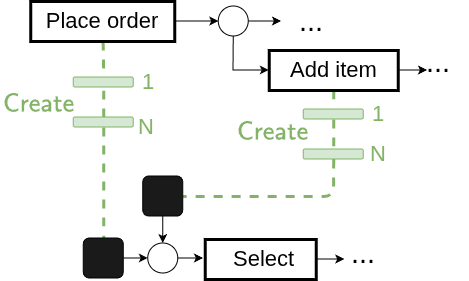
The draw.io diagram docs/images/place_order.png in francescameneghello/object_centric_simulator, before a commit. Source tidied: cells renumbered, new cells last; positions are measured from the earlier drawing's top-left corner, leaving out a move shared by most shapes. Source of this version:
```xml
<mxGraphModel math="1">
  <root>
    <mxCell id="0" />
    <mxCell id="1" parent="0" />
    <mxCell id="2" style="edgeStyle=none;html=1;entryX=0;entryY=0.5;entryDx=0;entryDy=0;fontSize=22;" parent="1" edge="1" source="4" target="23">
      <mxGeometry relative="1" as="geometry" />
    </mxCell>
    <mxCell id="3" style="edgeStyle=none;html=1;entryX=0.5;entryY=0;entryDx=0;entryDy=0;endArrow=none;endFill=0;fillColor=#d5e8d4;strokeColor=#82b366;dashed=1;fontSize=22;strokeWidth=3;" parent="1" edge="1" source="4" target="16">
      <mxGeometry relative="1" as="geometry" />
    </mxCell>
    <mxCell id="4" value="Place order" style="rounded=0;whiteSpace=wrap;html=1;strokeWidth=3;fontSize=22;" parent="1" vertex="1">
      <mxGeometry x="30.2" width="144" height="40" as="geometry" />
    </mxCell>
    <mxCell id="5" style="edgeStyle=none;html=1;entryX=0;entryY=0.5;entryDx=0;entryDy=0;fontSize=22;" parent="1" edge="1" source="6">
      <mxGeometry relative="1" as="geometry">
        <mxPoint x="344.2" y="258" as="targetPoint" />
      </mxGeometry>
    </mxCell>
    <mxCell id="6" value="&amp;nbsp;Select" style="rounded=0;whiteSpace=wrap;html=1;strokeWidth=3;fontSize=22;" parent="1" vertex="1">
      <mxGeometry x="204.8" y="238" width="111" height="40" as="geometry" />
    </mxCell>
    <mxCell id="7" style="edgeStyle=orthogonalEdgeStyle;rounded=0;jettySize=auto;html=1;exitX=0.5;exitY=1;exitDx=0;exitDy=0;entryX=0.5;entryY=0;entryDx=0;entryDy=0;dashed=1;fillColor=#d5e8d4;strokeColor=#82b366;endArrow=none;endFill=0;strokeWidth=3;" parent="1" edge="1" source="9" target="11">
      <mxGeometry relative="1" as="geometry" />
    </mxCell>
    <mxCell id="8" style="edgeStyle=orthogonalEdgeStyle;rounded=0;jettySize=auto;html=1;" parent="1" edge="1" source="9">
      <mxGeometry relative="1" as="geometry">
        <mxPoint x="427" y="69" as="targetPoint" />
      </mxGeometry>
    </mxCell>
    <mxCell id="9" value="Add item" style="rounded=0;whiteSpace=wrap;html=1;strokeWidth=3;fontSize=22;" parent="1" vertex="1">
      <mxGeometry x="268.8" y="49" width="129" height="40" as="geometry" />
    </mxCell>
    <mxCell id="10" style="edgeStyle=orthogonalEdgeStyle;rounded=0;jettySize=auto;html=1;exitX=0.5;exitY=1;exitDx=0;exitDy=0;entryX=0.5;entryY=0;entryDx=0;entryDy=0;endArrow=none;endFill=0;dashed=1;fillColor=#d5e8d4;strokeColor=#82b366;strokeWidth=3;" parent="1" edge="1" source="11" target="13">
      <mxGeometry relative="1" as="geometry" />
    </mxCell>
    <mxCell id="11" style="rounded=1;whiteSpace=wrap;html=1;fillColor=#d5e8d4;strokeColor=#82B366;fontSize=22;" parent="1" vertex="1">
      <mxGeometry x="303.2" y="108" width="60" height="10" as="geometry" />
    </mxCell>
    <mxCell id="12" style="edgeStyle=none;html=1;dashed=1;fillColor=#d5e8d4;strokeColor=#82b366;endArrow=none;endFill=0;entryX=1;entryY=0.5;entryDx=0;entryDy=0;fontSize=22;strokeWidth=3;" parent="1" edge="1" source="13" target="26">
      <mxGeometry relative="1" as="geometry">
        <Array as="points">
          <mxPoint x="333" y="195" />
        </Array>
      </mxGeometry>
    </mxCell>
    <mxCell id="13" style="rounded=1;whiteSpace=wrap;html=1;fillColor=#d5e8d4;strokeColor=#82b366;fontSize=22;" parent="1" vertex="1">
      <mxGeometry x="303.2" y="148" width="60" height="10" as="geometry" />
    </mxCell>
    <mxCell id="14" value="1" style="text;html=1;whiteSpace=wrap;strokeColor=none;fillColor=none;align=center;verticalAlign=middle;rounded=0;fontColor=#82B366;fontSize=22;" parent="1" vertex="1">
      <mxGeometry x="348.2" y="98" width="60" height="30" as="geometry" />
    </mxCell>
    <mxCell id="15" value="N" style="text;html=1;whiteSpace=wrap;strokeColor=none;fillColor=none;align=center;verticalAlign=middle;rounded=0;fontColor=#82B366;fontSize=22;" parent="1" vertex="1">
      <mxGeometry x="348.2" y="138" width="60" height="30" as="geometry" />
    </mxCell>
    <mxCell id="16" style="rounded=1;whiteSpace=wrap;html=1;fillColor=#d5e8d4;strokeColor=#82B366;fontSize=22;" parent="1" vertex="1">
      <mxGeometry x="73.2" y="76" width="60" height="10" as="geometry" />
    </mxCell>
    <mxCell id="17" style="edgeStyle=none;html=1;entryX=0.5;entryY=1;entryDx=0;entryDy=0;endArrow=none;endFill=0;dashed=1;fillColor=#d5e8d4;strokeColor=#82b366;fontSize=22;strokeWidth=3;" parent="1" edge="1" source="19" target="16">
      <mxGeometry relative="1" as="geometry" />
    </mxCell>
    <mxCell id="18" style="edgeStyle=orthogonalEdgeStyle;rounded=0;jettySize=auto;html=1;exitX=0.5;exitY=1;exitDx=0;exitDy=0;endArrow=none;endFill=0;dashed=1;strokeWidth=3;fillColor=#d5e8d4;strokeColor=#82b366;" parent="1" edge="1" source="19" target="29">
      <mxGeometry relative="1" as="geometry" />
    </mxCell>
    <mxCell id="19" style="rounded=1;whiteSpace=wrap;html=1;fillColor=#d5e8d4;strokeColor=#82b366;fontSize=22;" parent="1" vertex="1">
      <mxGeometry x="73.2" y="116" width="60" height="10" as="geometry" />
    </mxCell>
    <mxCell id="20" value="1" style="text;html=1;whiteSpace=wrap;strokeColor=none;fillColor=none;align=center;verticalAlign=middle;rounded=0;fontColor=#82B366;fontSize=22;" parent="1" vertex="1">
      <mxGeometry x="118.2" y="66" width="60" height="30" as="geometry" />
    </mxCell>
    <mxCell id="21" value="N" style="text;html=1;whiteSpace=wrap;strokeColor=none;fillColor=none;align=center;verticalAlign=middle;rounded=0;fontColor=#82B366;fontSize=22;" parent="1" vertex="1">
      <mxGeometry x="116.2" y="111" width="60" height="30" as="geometry" />
    </mxCell>
    <mxCell id="22" style="edgeStyle=orthogonalEdgeStyle;rounded=0;jettySize=auto;html=1;" parent="1" edge="1" source="23" target="33">
      <mxGeometry relative="1" as="geometry" />
    </mxCell>
    <mxCell id="23" style="ellipse;whiteSpace=wrap;html=1;fontSize=22;" parent="1" vertex="1">
      <mxGeometry x="218.2" y="5" width="30" height="30" as="geometry" />
    </mxCell>
    <mxCell id="24" style="edgeStyle=none;html=1;entryX=0;entryY=0.5;entryDx=0;entryDy=0;rounded=0;curved=0;fontSize=22;exitX=0.5;exitY=1;exitDx=0;exitDy=0;" parent="1" edge="1" source="23" target="9">
      <mxGeometry relative="1" as="geometry">
        <Array as="points">
          <mxPoint x="233" y="69" />
        </Array>
      </mxGeometry>
    </mxCell>
    <mxCell id="25" style="edgeStyle=none;html=1;entryX=0.5;entryY=0;entryDx=0;entryDy=0;fontSize=22;" parent="1" edge="1" source="26" target="31">
      <mxGeometry relative="1" as="geometry" />
    </mxCell>
    <mxCell id="26" style="rounded=1;whiteSpace=wrap;html=1;fillColor=#1A1A1A;fontSize=22;" parent="1" vertex="1">
      <mxGeometry x="142.8" y="175" width="40" height="40" as="geometry" />
    </mxCell>
    <mxCell id="27" value="&lt;font style=&quot;&quot;&gt;&lt;b&gt;$$\textsf{Create}$$&lt;/b&gt;&amp;nbsp;&lt;/font&gt;" style="text;html=1;whiteSpace=wrap;strokeColor=none;fillColor=none;align=center;verticalAlign=middle;rounded=0;fontColor=#82B366;fontSize=22;" parent="1" vertex="1">
      <mxGeometry y="86" width="78" height="59" as="geometry" />
    </mxCell>
    <mxCell id="28" value="&lt;font style=&quot;&quot;&gt;&lt;b&gt;$$\textsf{Create}$$&lt;/b&gt;&amp;nbsp;&lt;/font&gt;" style="text;html=1;whiteSpace=wrap;strokeColor=none;fillColor=none;align=center;verticalAlign=middle;rounded=0;fontColor=#82B366;fontSize=22;" parent="1" vertex="1">
      <mxGeometry x="234.2" y="114.5" width="78" height="59" as="geometry" />
    </mxCell>
    <mxCell id="29" style="rounded=1;whiteSpace=wrap;html=1;fillColor=#1A1A1A;fontSize=22;" parent="1" vertex="1">
      <mxGeometry x="83.2" y="237" width="40" height="40" as="geometry" />
    </mxCell>
    <mxCell id="30" style="edgeStyle=orthogonalEdgeStyle;rounded=0;jettySize=auto;html=1;exitX=1;exitY=0.5;exitDx=0;exitDy=0;" parent="1" edge="1" source="29" target="31">
      <mxGeometry relative="1" as="geometry" />
    </mxCell>
    <mxCell id="31" style="ellipse;whiteSpace=wrap;html=1;fontSize=22;" parent="1" vertex="1">
      <mxGeometry x="147.8" y="242" width="30" height="30" as="geometry" />
    </mxCell>
    <mxCell id="32" style="edgeStyle=orthogonalEdgeStyle;rounded=0;jettySize=auto;html=1;exitX=1;exitY=0.5;exitDx=0;exitDy=0;entryX=-0.017;entryY=0.498;entryDx=0;entryDy=0;entryPerimeter=0;" parent="1" edge="1" source="31" target="6">
      <mxGeometry relative="1" as="geometry" />
    </mxCell>
    <mxCell id="33" value="&lt;font style=&quot;font-size: 29px;&quot;&gt;...&lt;/font&gt;" style="text;html=1;whiteSpace=wrap;strokeColor=none;fillColor=none;align=center;verticalAlign=middle;rounded=0;" parent="1" vertex="1">
      <mxGeometry x="281" y="5" width="60" height="30" as="geometry" />
    </mxCell>
    <mxCell id="34" value="&lt;font style=&quot;font-size: 29px;&quot;&gt;...&lt;/font&gt;" style="text;html=1;whiteSpace=wrap;strokeColor=none;fillColor=none;align=center;verticalAlign=middle;rounded=0;" parent="1" vertex="1">
      <mxGeometry x="332.8" y="237" width="60" height="30" as="geometry" />
    </mxCell>
    <mxCell id="35" value="&lt;font style=&quot;font-size: 29px;&quot;&gt;...&lt;/font&gt;" style="text;html=1;whiteSpace=wrap;strokeColor=none;fillColor=none;align=center;verticalAlign=middle;rounded=0;" parent="1" vertex="1">
      <mxGeometry x="408.2" y="46" width="60" height="30" as="geometry" />
    </mxCell>
  </root>
</mxGraphModel>
```
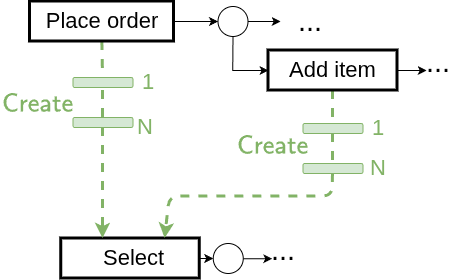
The same diagram one commit later.

Diff of the diagram source:
```diff
@@ -9,112 +9,104 @@
       <mxGeometry relative="1" as="geometry" />
     </mxCell>
     <mxCell id="4" value="Place order" style="rounded=0;whiteSpace=wrap;html=1;strokeWidth=3;fontSize=22;" parent="1" vertex="1">
-      <mxGeometry x="30.2" width="144" height="40" as="geometry" />
+      <mxGeometry x="2414.5" y="343" width="144" height="40" as="geometry" />
     </mxCell>
-    <mxCell id="5" style="edgeStyle=none;html=1;entryX=0;entryY=0.5;entryDx=0;entryDy=0;fontSize=22;" parent="1" edge="1" source="6">
-      <mxGeometry relative="1" as="geometry">
-        <mxPoint x="344.2" y="258" as="targetPoint" />
-      </mxGeometry>
+    <mxCell id="5" style="edgeStyle=none;html=1;fontSize=22;entryX=0;entryY=0.5;entryDx=0;entryDy=0;" parent="1" edge="1" source="6" target="29">
+      <mxGeometry relative="1" as="geometry" />
     </mxCell>
     <mxCell id="6" value="&amp;nbsp;Select" style="rounded=0;whiteSpace=wrap;html=1;strokeWidth=3;fontSize=22;" parent="1" vertex="1">
-      <mxGeometry x="204.8" y="238" width="111" height="40" as="geometry" />
+      <mxGeometry x="2445.8" y="580" width="138.5" height="40" as="geometry" />
     </mxCell>
     <mxCell id="7" style="edgeStyle=orthogonalEdgeStyle;rounded=0;jettySize=auto;html=1;exitX=0.5;exitY=1;exitDx=0;exitDy=0;entryX=0.5;entryY=0;entryDx=0;entryDy=0;dashed=1;fillColor=#d5e8d4;strokeColor=#82b366;endArrow=none;endFill=0;strokeWidth=3;" parent="1" edge="1" source="9" target="11">
       <mxGeometry relative="1" as="geometry" />
     </mxCell>
     <mxCell id="8" style="edgeStyle=orthogonalEdgeStyle;rounded=0;jettySize=auto;html=1;" parent="1" edge="1" source="9">
       <mxGeometry relative="1" as="geometry">
-        <mxPoint x="427" y="69" as="targetPoint" />
+        <mxPoint x="2811.2" y="412" as="targetPoint" />
       </mxGeometry>
     </mxCell>
     <mxCell id="9" value="Add item" style="rounded=0;whiteSpace=wrap;html=1;strokeWidth=3;fontSize=22;" parent="1" vertex="1">
-      <mxGeometry x="268.8" y="49" width="129" height="40" as="geometry" />
+      <mxGeometry x="2653" y="392" width="129" height="40" as="geometry" />
     </mxCell>
     <mxCell id="10" style="edgeStyle=orthogonalEdgeStyle;rounded=0;jettySize=auto;html=1;exitX=0.5;exitY=1;exitDx=0;exitDy=0;entryX=0.5;entryY=0;entryDx=0;entryDy=0;endArrow=none;endFill=0;dashed=1;fillColor=#d5e8d4;strokeColor=#82b366;strokeWidth=3;" parent="1" edge="1" source="11" target="13">
       <mxGeometry relative="1" as="geometry" />
     </mxCell>
     <mxCell id="11" style="rounded=1;whiteSpace=wrap;html=1;fillColor=#d5e8d4;strokeColor=#82B366;fontSize=22;" parent="1" vertex="1">
-      <mxGeometry x="303.2" y="108" width="60" height="10" as="geometry" />
+      <mxGeometry x="2687.5" y="465" width="60" height="10" as="geometry" />
     </mxCell>
-    <mxCell id="12" style="edgeStyle=none;html=1;dashed=1;fillColor=#d5e8d4;strokeColor=#82b366;endArrow=none;endFill=0;entryX=1;entryY=0.5;entryDx=0;entryDy=0;fontSize=22;strokeWidth=3;" parent="1" edge="1" source="13" target="26">
+    <mxCell id="12" style="edgeStyle=none;html=1;dashed=1;fillColor=#d5e8d4;strokeColor=#82b366;endArrow=classic;endFill=1;entryX=0.75;entryY=0;entryDx=0;entryDy=0;fontSize=22;strokeWidth=3;" parent="1" edge="1" source="13" target="6">
       <mxGeometry relative="1" as="geometry">
         <Array as="points">
-          <mxPoint x="333" y="195" />
+          <mxPoint x="2717.2" y="538" />
+          <mxPoint x="2554.2" y="538" />
         </Array>
       </mxGeometry>
     </mxCell>
     <mxCell id="13" style="rounded=1;whiteSpace=wrap;html=1;fillColor=#d5e8d4;strokeColor=#82b366;fontSize=22;" parent="1" vertex="1">
-      <mxGeometry x="303.2" y="148" width="60" height="10" as="geometry" />
+      <mxGeometry x="2687.5" y="505" width="60" height="10" as="geometry" />
     </mxCell>
     <mxCell id="14" value="1" style="text;html=1;whiteSpace=wrap;strokeColor=none;fillColor=none;align=center;verticalAlign=middle;rounded=0;fontColor=#82B366;fontSize=22;" parent="1" vertex="1">
-      <mxGeometry x="348.2" y="98" width="60" height="30" as="geometry" />
+      <mxGeometry x="2732.5" y="455" width="60" height="30" as="geometry" />
     </mxCell>
     <mxCell id="15" value="N" style="text;html=1;whiteSpace=wrap;strokeColor=none;fillColor=none;align=center;verticalAlign=middle;rounded=0;fontColor=#82B366;fontSize=22;" parent="1" vertex="1">
-      <mxGeometry x="348.2" y="138" width="60" height="30" as="geometry" />
+      <mxGeometry x="2732.5" y="495" width="60" height="30" as="geometry" />
     </mxCell>
     <mxCell id="16" style="rounded=1;whiteSpace=wrap;html=1;fillColor=#d5e8d4;strokeColor=#82B366;fontSize=22;" parent="1" vertex="1">
-      <mxGeometry x="73.2" y="76" width="60" height="10" as="geometry" />
+      <mxGeometry x="2457.5" y="419" width="60" height="10" as="geometry" />
     </mxCell>
     <mxCell id="17" style="edgeStyle=none;html=1;entryX=0.5;entryY=1;entryDx=0;entryDy=0;endArrow=none;endFill=0;dashed=1;fillColor=#d5e8d4;strokeColor=#82b366;fontSize=22;strokeWidth=3;" parent="1" edge="1" source="19" target="16">
       <mxGeometry relative="1" as="geometry" />
     </mxCell>
-    <mxCell id="18" style="edgeStyle=orthogonalEdgeStyle;rounded=0;jettySize=auto;html=1;exitX=0.5;exitY=1;exitDx=0;exitDy=0;endArrow=none;endFill=0;dashed=1;strokeWidth=3;fillColor=#d5e8d4;strokeColor=#82b366;" parent="1" edge="1" source="19" target="29">
-      <mxGeometry relative="1" as="geometry" />
+    <mxCell id="18" style="edgeStyle=orthogonalEdgeStyle;rounded=0;jettySize=auto;html=1;exitX=0.5;exitY=1;exitDx=0;exitDy=0;endArrow=classic;endFill=1;dashed=1;strokeWidth=3;fillColor=#d5e8d4;strokeColor=#82b366;" parent="1" edge="1" source="19">
+      <mxGeometry relative="1" as="geometry">
+        <mxPoint x="2487.5" y="580" as="targetPoint" />
+      </mxGeometry>
     </mxCell>
     <mxCell id="19" style="rounded=1;whiteSpace=wrap;html=1;fillColor=#d5e8d4;strokeColor=#82b366;fontSize=22;" parent="1" vertex="1">
-      <mxGeometry x="73.2" y="116" width="60" height="10" as="geometry" />
+      <mxGeometry x="2457.5" y="459" width="60" height="10" as="geometry" />
     </mxCell>
     <mxCell id="20" value="1" style="text;html=1;whiteSpace=wrap;strokeColor=none;fillColor=none;align=center;verticalAlign=middle;rounded=0;fontColor=#82B366;fontSize=22;" parent="1" vertex="1">
-      <mxGeometry x="118.2" y="66" width="60" height="30" as="geometry" />
+      <mxGeometry x="2502.5" y="409" width="60" height="30" as="geometry" />
     </mxCell>
     <mxCell id="21" value="N" style="text;html=1;whiteSpace=wrap;strokeColor=none;fillColor=none;align=center;verticalAlign=middle;rounded=0;fontColor=#82B366;fontSize=22;" parent="1" vertex="1">
-      <mxGeometry x="116.2" y="111" width="60" height="30" as="geometry" />
+      <mxGeometry x="2500.5" y="454" width="60" height="30" as="geometry" />
     </mxCell>
-    <mxCell id="22" style="edgeStyle=orthogonalEdgeStyle;rounded=0;jettySize=auto;html=1;" parent="1" edge="1" source="23" target="33">
+    <mxCell id="22" style="edgeStyle=orthogonalEdgeStyle;rounded=0;jettySize=auto;html=1;" parent="1" edge="1" source="23" target="27">
       <mxGeometry relative="1" as="geometry" />
     </mxCell>
     <mxCell id="23" style="ellipse;whiteSpace=wrap;html=1;fontSize=22;" parent="1" vertex="1">
-      <mxGeometry x="218.2" y="5" width="30" height="30" as="geometry" />
+      <mxGeometry x="2602.5" y="348" width="30" height="30" as="geometry" />
     </mxCell>
     <mxCell id="24" style="edgeStyle=none;html=1;entryX=0;entryY=0.5;entryDx=0;entryDy=0;rounded=0;curved=0;fontSize=22;exitX=0.5;exitY=1;exitDx=0;exitDy=0;" parent="1" edge="1" source="23" target="9">
       <mxGeometry relative="1" as="geometry">
         <Array as="points">
-          <mxPoint x="233" y="69" />
+          <mxPoint x="2617.2" y="412" />
         </Array>
       </mxGeometry>
     </mxCell>
-    <mxCell id="25" style="edgeStyle=none;html=1;entryX=0.5;entryY=0;entryDx=0;entryDy=0;fontSize=22;" parent="1" edge="1" source="26" target="31">
-      <mxGeometry relative="1" as="geometry" />
+    <mxCell id="25" value="&lt;font style=&quot;&quot;&gt;&lt;b&gt;$$\textsf{Create}$$&lt;/b&gt;&amp;nbsp;&lt;/font&gt;" style="text;html=1;whiteSpace=wrap;strokeColor=none;fillColor=none;align=center;verticalAlign=middle;rounded=0;fontColor=#82B366;fontSize=22;" parent="1" vertex="1">
+      <mxGeometry x="2384.2" y="429" width="78" height="59" as="geometry" />
     </mxCell>
-    <mxCell id="26" style="rounded=1;whiteSpace=wrap;html=1;fillColor=#1A1A1A;fontSize=22;" parent="1" vertex="1">
-      <mxGeometry x="142.8" y="175" width="40" height="40" as="geometry" />
+    <mxCell id="26" value="&lt;font style=&quot;&quot;&gt;&lt;b&gt;$$\textsf{Create}$$&lt;/b&gt;&amp;nbsp;&lt;/font&gt;" style="text;html=1;whiteSpace=wrap;strokeColor=none;fillColor=none;align=center;verticalAlign=middle;rounded=0;fontColor=#82B366;fontSize=22;" parent="1" vertex="1">
+      <mxGeometry x="2618.5" y="471.5" width="78" height="59" as="geometry" />
     </mxCell>
-    <mxCell id="27" value="&lt;font style=&quot;&quot;&gt;&lt;b&gt;$$\textsf{Create}$$&lt;/b&gt;&amp;nbsp;&lt;/font&gt;" style="text;html=1;whiteSpace=wrap;strokeColor=none;fillColor=none;align=center;verticalAlign=middle;rounded=0;fontColor=#82B366;fontSize=22;" parent="1" vertex="1">
-      <mxGeometry y="86" width="78" height="59" as="geometry" />
+    <mxCell id="27" value="&lt;font style=&quot;font-size: 29px;&quot;&gt;...&lt;/font&gt;" style="text;html=1;whiteSpace=wrap;strokeColor=none;fillColor=none;align=center;verticalAlign=middle;rounded=0;" parent="1" vertex="1">
+      <mxGeometry x="2665.2" y="348" width="60" height="30" as="geometry" />
     </mxCell>
-    <mxCell id="28" value="&lt;font style=&quot;&quot;&gt;&lt;b&gt;$$\textsf{Create}$$&lt;/b&gt;&amp;nbsp;&lt;/font&gt;" style="text;html=1;whiteSpace=wrap;strokeColor=none;fillColor=none;align=center;verticalAlign=middle;rounded=0;fontColor=#82B366;fontSize=22;" parent="1" vertex="1">
-      <mxGeometry x="234.2" y="114.5" width="78" height="59" as="geometry" />
+    <mxCell id="28" value="&lt;font style=&quot;font-size: 29px;&quot;&gt;...&lt;/font&gt;" style="text;html=1;whiteSpace=wrap;strokeColor=none;fillColor=none;align=center;verticalAlign=middle;rounded=0;" parent="1" vertex="1">
+      <mxGeometry x="2792.5" y="389" width="60" height="30" as="geometry" />
     </mxCell>
-    <mxCell id="29" style="rounded=1;whiteSpace=wrap;html=1;fillColor=#1A1A1A;fontSize=22;" parent="1" vertex="1">
-      <mxGeometry x="83.2" y="237" width="40" height="40" as="geometry" />
+    <mxCell id="29" style="ellipse;whiteSpace=wrap;html=1;fontSize=22;" parent="1" vertex="1">
+      <mxGeometry x="2597.8" y="585" width="30" height="30" as="geometry" />
     </mxCell>
-    <mxCell id="30" style="edgeStyle=orthogonalEdgeStyle;rounded=0;jettySize=auto;html=1;exitX=1;exitY=0.5;exitDx=0;exitDy=0;" parent="1" edge="1" source="29" target="31">
-      <mxGeometry relative="1" as="geometry" />
+    <mxCell id="30" style="edgeStyle=orthogonalEdgeStyle;rounded=0;orthogonalLoop=1;jettySize=auto;html=1;" parent="1" edge="1">
+      <mxGeometry relative="1" as="geometry">
+        <mxPoint x="2627.8" y="600.2" as="sourcePoint" />
+        <mxPoint x="2656.8" y="600.2" as="targetPoint" />
+      </mxGeometry>
     </mxCell>
-    <mxCell id="31" style="ellipse;whiteSpace=wrap;html=1;fontSize=22;" parent="1" vertex="1">
-      <mxGeometry x="147.8" y="242" width="30" height="30" as="geometry" />
+    <mxCell id="31" value="&lt;font style=&quot;font-size: 29px;&quot;&gt;...&lt;/font&gt;" style="text;html=1;whiteSpace=wrap;strokeColor=none;fillColor=none;align=center;verticalAlign=middle;rounded=0;" parent="1" vertex="1">
+      <mxGeometry x="2638" y="577.2" width="60" height="30" as="geometry" />
     </mxCell>
-    <mxCell id="32" style="edgeStyle=orthogonalEdgeStyle;rounded=0;jettySize=auto;html=1;exitX=1;exitY=0.5;exitDx=0;exitDy=0;entryX=-0.017;entryY=0.498;entryDx=0;entryDy=0;entryPerimeter=0;" parent="1" edge="1" source="31" target="6">
-      <mxGeometry relative="1" as="geometry" />
-    </mxCell>
-    <mxCell id="33" value="&lt;font style=&quot;font-size: 29px;&quot;&gt;...&lt;/font&gt;" style="text;html=1;whiteSpace=wrap;strokeColor=none;fillColor=none;align=center;verticalAlign=middle;rounded=0;" parent="1" vertex="1">
-      <mxGeometry x="281" y="5" width="60" height="30" as="geometry" />
-    </mxCell>
-    <mxCell id="34" value="&lt;font style=&quot;font-size: 29px;&quot;&gt;...&lt;/font&gt;" style="text;html=1;whiteSpace=wrap;strokeColor=none;fillColor=none;align=center;verticalAlign=middle;rounded=0;" parent="1" vertex="1">
-      <mxGeometry x="332.8" y="237" width="60" height="30" as="geometry" />
-    </mxCell>
-    <mxCell id="35" value="&lt;font style=&quot;font-size: 29px;&quot;&gt;...&lt;/font&gt;" style="text;html=1;whiteSpace=wrap;strokeColor=none;fillColor=none;align=center;verticalAlign=middle;rounded=0;" parent="1" vertex="1">
-      <mxGeometry x="408.2" y="46" width="60" height="30" as="geometry" />
-    </mxCell>
   </root>
 </mxGraphModel>
```
